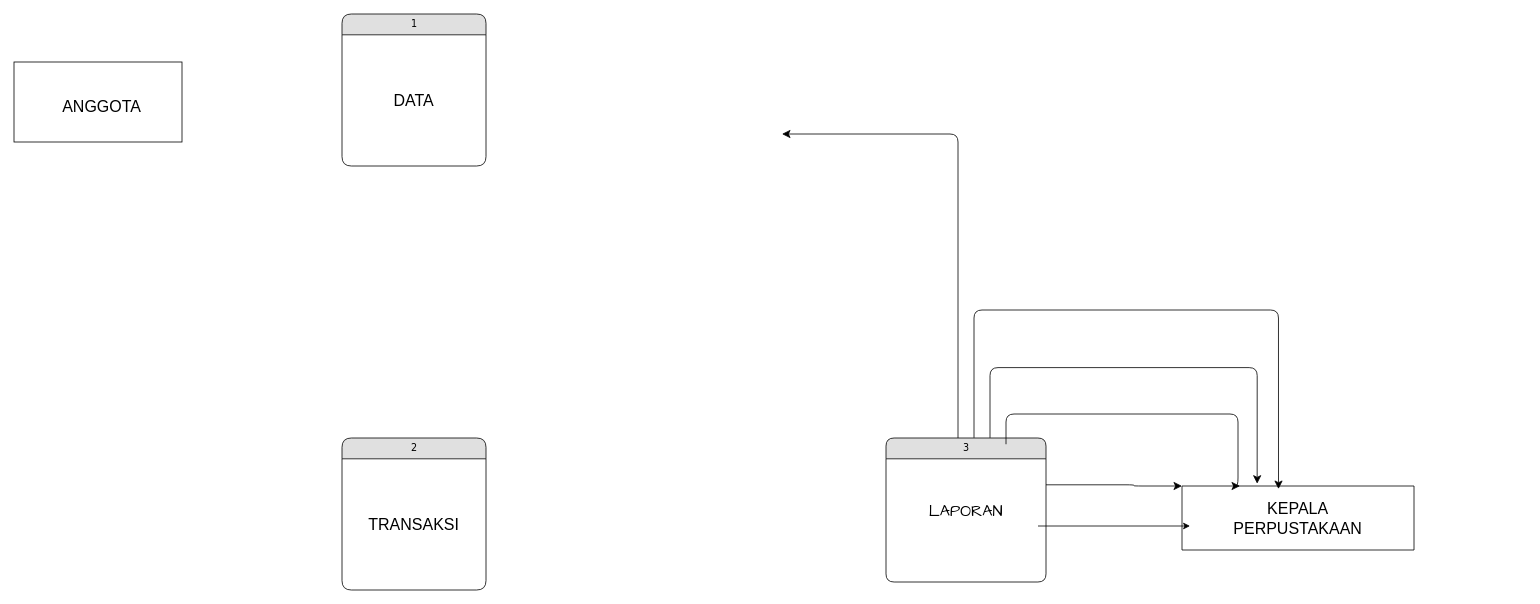
htmledan/introduction-to-github keeps this draw.io diagram as Untitled Diagram.drawio. Above is the earlier version. Source tidied: cells renumbered, new cells numbered last; positions are measured from the earlier drawing's top-left corner, leaving out a move shared by most shapes. Both pictures are drawn from the tidied source at 80%, with x=0, y=0 at pixel (14, 14).
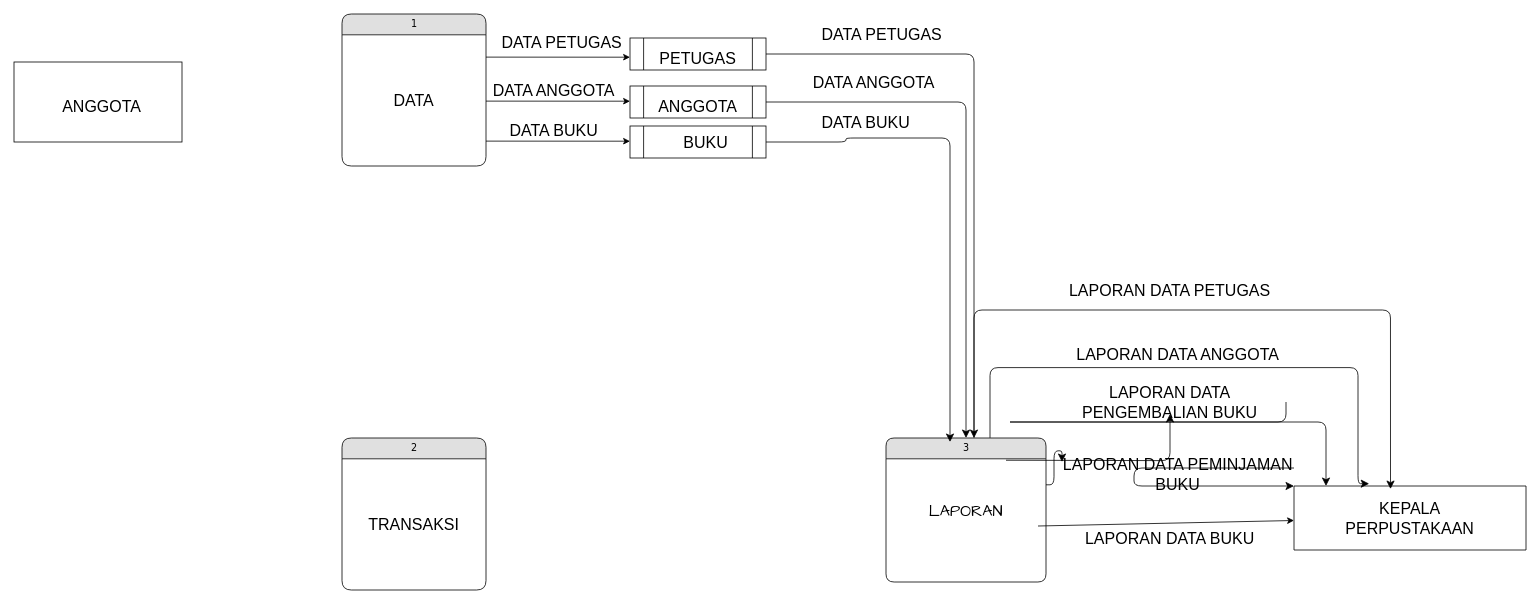
The same diagram, later.

Unchanged cells that the change refers to:
```xml
<mxCell id="4" value="3" style="swimlane;html=1;fontStyle=0;horizontal=1;startSize=26;fillColor=#e0e0e0;swimlaneFillColor=#ffffff;align=center;rounded=1;shadow=0;comic=0;labelBackgroundColor=none;strokeWidth=1;fontFamily=Verdana;fontSize=12;arcSize=13;" parent="1" vertex="1">
  <mxGeometry x="1090" y="530" width="200" height="180" as="geometry" />
</mxCell>
<mxCell id="5" value="LAPORAN" style="text;html=1;align=center;verticalAlign=middle;whiteSpace=wrap;rounded=0;fontSize=20;fontFamily=Comic Sans MS;" parent="4" vertex="1">
  <mxGeometry y="26" width="200" height="130" as="geometry" />
</mxCell>
```

The edit, as a diff of the source:
```diff
@@
-    <mxCell id="6" style="edgeStyle=orthogonalEdgeStyle;html=1;labelBackgroundColor=none;startFill=0;startSize=8;endFill=1;endSize=8;fontFamily=Verdana;fontSize=12;" parent="1" edge="1" source="4">
+    <mxCell id="6" style="edgeStyle=orthogonalEdgeStyle;html=1;labelBackgroundColor=none;startFill=0;startSize=8;endFill=1;endSize=8;fontFamily=Verdana;fontSize=12;exitX=1;exitY=0.5;exitDx=0;exitDy=0;entryX=0.5;entryY=0;entryDx=0;entryDy=0;" parent="1" edge="1" source="26" target="4">
       <mxGeometry relative="1" as="geometry">
-        <mxPoint x="960" y="150" as="targetPoint" />
         <Array as="points">
-          <mxPoint x="1180" y="150" />
-          <mxPoint x="1050" y="150" />
+          <mxPoint x="1190" y="110" />
         </Array>
       </mxGeometry>
     </mxCell>
-    <mxCell id="7" style="edgeStyle=orthogonalEdgeStyle;html=1;exitX=1;exitY=0.25;labelBackgroundColor=none;startFill=0;startSize=8;endFill=1;endSize=8;fontFamily=Verdana;fontSize=12;entryX=0;entryY=0;entryDx=0;entryDy=0;exitDx=0;exitDy=0;" parent="1" edge="1" source="5" target="10">
+    <mxCell id="7" style="edgeStyle=orthogonalEdgeStyle;html=1;exitX=1;exitY=0.25;labelBackgroundColor=none;startFill=0;startSize=8;endFill=1;endSize=8;fontFamily=Verdana;fontSize=12;entryX=0;entryY=0;entryDx=0;entryDy=0;exitDx=0;exitDy=0;" parent="1" edge="1" source="21" target="10">
       <mxGeometry relative="1" as="geometry">
         <Array as="points">
           <mxPoint x="1400" y="590" />
         </Array>
       </mxGeometry>
     </mxCell>
     <mxCell id="8" style="edgeStyle=orthogonalEdgeStyle;html=1;exitX=1;exitY=0.5;labelBackgroundColor=none;startFill=0;startSize=8;endFill=1;endSize=8;fontFamily=Verdana;fontSize=12;entryX=0.324;entryY=-0.036;entryDx=0;entryDy=0;entryPerimeter=0;" parent="1" edge="1" target="10">
       <mxGeometry relative="1" as="geometry">
         <mxPoint x="1220" y="529.8" as="sourcePoint" />
         <Array as="points">
           <mxPoint x="1220" y="442" />
-          <mxPoint x="1554" y="442" />
+          <mxPoint x="1680" y="442" />
+          <mxPoint x="1680" y="587" />
         </Array>
       </mxGeometry>
     </mxCell>
-    <mxCell id="9" style="edgeStyle=orthogonalEdgeStyle;html=1;exitX=1;exitY=0.5;labelBackgroundColor=none;startFill=0;startSize=8;endFill=1;endSize=8;fontFamily=Verdana;fontSize=12;entryX=0.25;entryY=0;entryDx=0;entryDy=0;" parent="1" edge="1" target="10">
-      <mxGeometry relative="1" as="geometry">
-        <mxPoint x="1240" y="537.8" as="sourcePoint" />
-        <Array as="points">
-          <mxPoint x="1240" y="500" />
-          <mxPoint x="1530" y="500" />
-          <mxPoint x="1530" y="590" />
-        </Array>
-      </mxGeometry>
-    </mxCell>
     <mxCell id="10" style="swimlane;startSize=0;" parent="1" vertex="1">
-      <mxGeometry x="1460" y="590" width="290" height="80" as="geometry" />
+      <mxGeometry x="1600" y="590" width="290" height="80" as="geometry" />
     </mxCell>
@@
     <mxCell id="12" style="edgeStyle=orthogonalEdgeStyle;html=1;exitX=1;exitY=0.5;labelBackgroundColor=none;startFill=0;startSize=8;endFill=1;endSize=8;fontFamily=Verdana;fontSize=12;entryX=0.416;entryY=0.047;entryDx=0;entryDy=0;entryPerimeter=0;" parent="1" edge="1" target="10">
       <mxGeometry relative="1" as="geometry">
         <mxPoint x="1200" y="529.8" as="sourcePoint" />
         <Array as="points">
           <mxPoint x="1200" y="370" />
-          <mxPoint x="1580" y="370" />
+          <mxPoint x="1720" y="370" />
         </Array>
       </mxGeometry>
     </mxCell>
-    <mxCell id="13" style="edgeStyle=none;rounded=0;orthogonalLoop=1;jettySize=auto;html=1;" parent="1" edge="1">
+    <mxCell id="13" style="edgeStyle=none;rounded=0;jettySize=auto;html=1;" parent="1" edge="1" target="10">
       <mxGeometry relative="1" as="geometry">
         <mxPoint x="1280" y="640" as="sourcePoint" />
-        <mxPoint x="1470" y="640" as="targetPoint" />
       </mxGeometry>
     </mxCell>
@@
+    <mxCell id="18" value="LAPORAN DATA PETUGAS" style="text;html=1;align=center;verticalAlign=middle;whiteSpace=wrap;rounded=0;fontSize=20;" parent="1" vertex="1">
+      <mxGeometry x="1300" y="330" width="290" height="30" as="geometry" />
+    </mxCell>
+    <mxCell id="19" value="LAPORAN DATA ANGGOTA" style="text;html=1;align=center;verticalAlign=middle;whiteSpace=wrap;rounded=0;fontSize=20;" parent="1" vertex="1">
+      <mxGeometry x="1310" y="410" width="290" height="30" as="geometry" />
+    </mxCell>
+    <mxCell id="20" style="edgeStyle=orthogonalEdgeStyle;html=1;exitX=1;exitY=0.25;labelBackgroundColor=none;startFill=0;startSize=8;endFill=1;endSize=8;fontFamily=Verdana;fontSize=12;entryX=0;entryY=0;entryDx=0;entryDy=0;exitDx=0;exitDy=0;" parent="1" edge="1" source="5" target="21">
+      <mxGeometry relative="1" as="geometry" />
+    </mxCell>
+    <mxCell id="21" value="LAPORAN DATA PEMINJAMAN BUKU" style="text;html=1;align=center;verticalAlign=middle;whiteSpace=wrap;rounded=0;fontSize=20;" parent="1" vertex="1">
+      <mxGeometry x="1310" y="560" width="290" height="30" as="geometry" />
+    </mxCell>
+    <mxCell id="22" value="LAPORAN DATA BUKU" style="text;html=1;align=center;verticalAlign=middle;whiteSpace=wrap;rounded=0;fontSize=20;" parent="1" vertex="1">
+      <mxGeometry x="1300" y="640" width="290" height="30" as="geometry" />
+    </mxCell>
+    <mxCell id="23" style="edgeStyle=orthogonalEdgeStyle;html=1;exitX=1;exitY=0.5;labelBackgroundColor=none;startFill=0;startSize=8;endFill=1;endSize=8;fontFamily=Verdana;fontSize=12;" parent="1" edge="1" source="25">
+      <mxGeometry relative="1" as="geometry">
+        <mxPoint x="1640" y="590" as="targetPoint" />
+        <Array as="points">
+          <mxPoint x="1240" y="510" />
+          <mxPoint x="1640" y="510" />
+          <mxPoint x="1640" y="615" />
+        </Array>
+      </mxGeometry>
+    </mxCell>
+    <mxCell id="24" style="edgeStyle=orthogonalEdgeStyle;html=1;exitX=1;exitY=0.5;labelBackgroundColor=none;startFill=0;startSize=8;endFill=1;endSize=8;fontFamily=Verdana;fontSize=12;" parent="1" edge="1" target="25">
+      <mxGeometry relative="1" as="geometry">
+        <mxPoint x="1240" y="557.8" as="sourcePoint" />
+      </mxGeometry>
+    </mxCell>
+    <mxCell id="25" value="LAPORAN DATA PENGEMBALIAN BUKU" style="text;html=1;align=center;verticalAlign=middle;whiteSpace=wrap;rounded=0;fontSize=20;" parent="1" vertex="1">
+      <mxGeometry x="1300" y="470" width="290" height="30" as="geometry" />
+    </mxCell>
+    <mxCell id="26" style="shape=process;whiteSpace=wrap;html=1;backgroundOutline=1;" parent="1" vertex="1">
+      <mxGeometry x="770" y="90" width="170" height="40" as="geometry" />
+    </mxCell>
+    <mxCell id="27" style="shape=process;whiteSpace=wrap;html=1;backgroundOutline=1;" parent="1" vertex="1">
+      <mxGeometry x="770" y="30" width="170" height="40" as="geometry" />
+    </mxCell>
+    <mxCell id="28" style="shape=process;whiteSpace=wrap;html=1;backgroundOutline=1;" parent="1" vertex="1">
+      <mxGeometry x="770" y="140" width="170" height="40" as="geometry" />
+    </mxCell>
+    <mxCell id="29" style="edgeStyle=orthogonalEdgeStyle;html=1;labelBackgroundColor=none;startFill=0;startSize=8;endFill=1;endSize=8;fontFamily=Verdana;fontSize=12;textDirection=ltr;exitX=1;exitY=0.5;exitDx=0;exitDy=0;" parent="1" edge="1" source="27" target="4">
+      <mxGeometry relative="1" as="geometry">
+        <Array as="points">
+          <mxPoint x="1200" y="50" />
+        </Array>
+      </mxGeometry>
+    </mxCell>
+    <mxCell id="30" value="DATA PETUGAS" style="text;html=1;align=center;verticalAlign=middle;whiteSpace=wrap;rounded=0;fontSize=20;" parent="1" vertex="1">
+      <mxGeometry x="940" y="10" width="290" height="30" as="geometry" />
+    </mxCell>
+    <mxCell id="31" value="DATA ANGGOTA" style="text;html=1;align=center;verticalAlign=middle;whiteSpace=wrap;rounded=0;fontSize=20;" parent="1" vertex="1">
+      <mxGeometry x="930" y="70" width="290" height="30" as="geometry" />
+    </mxCell>
+    <mxCell id="32" value="DATA BUKU" style="text;html=1;align=center;verticalAlign=middle;whiteSpace=wrap;rounded=0;fontSize=20;" parent="1" vertex="1">
+      <mxGeometry x="920" y="120" width="290" height="30" as="geometry" />
+    </mxCell>
+    <mxCell id="33" value="PETUGAS" style="text;html=1;align=center;verticalAlign=middle;whiteSpace=wrap;rounded=0;fontSize=20;" parent="1" vertex="1">
+      <mxGeometry x="710" y="40" width="290" height="30" as="geometry" />
+    </mxCell>
+    <mxCell id="34" value="ANGGOTA" style="text;html=1;align=center;verticalAlign=middle;whiteSpace=wrap;rounded=0;fontSize=20;" parent="1" vertex="1">
+      <mxGeometry x="710" y="100" width="290" height="30" as="geometry" />
+    </mxCell>
+    <mxCell id="35" value="BUKU" style="text;html=1;align=center;verticalAlign=middle;whiteSpace=wrap;rounded=0;fontSize=20;" parent="1" vertex="1">
+      <mxGeometry x="720" y="145" width="290" height="30" as="geometry" />
+    </mxCell>
+    <mxCell id="36" style="endArrow=classic;html=1;rounded=0;" parent="1" edge="1">
+      <mxGeometry relative="1" as="geometry">
+        <mxPoint x="590" y="53.9" as="sourcePoint" />
+        <mxPoint x="770" y="54" as="targetPoint" />
+      </mxGeometry>
+    </mxCell>
+    <mxCell id="37" style="edgeStyle=orthogonalEdgeStyle;html=1;labelBackgroundColor=none;startFill=0;startSize=8;endFill=1;endSize=8;fontFamily=Verdana;fontSize=12;entryX=1;entryY=0.5;entryDx=0;entryDy=0;strokeColor=default;exitX=1;exitY=0.5;exitDx=0;exitDy=0;" parent="1" edge="1" source="28">
+      <mxGeometry relative="1" as="geometry">
+        <mxPoint x="1170" y="535" as="targetPoint" />
+        <Array as="points">
+          <mxPoint x="1040" y="160" />
+          <mxPoint x="1040" y="155" />
+          <mxPoint x="1170" y="155" />
+        </Array>
+      </mxGeometry>
+    </mxCell>
+    <mxCell id="38" style="endArrow=classic;html=1;rounded=0;" parent="1" edge="1">
+      <mxGeometry relative="1" as="geometry">
+        <mxPoint x="590" y="108.9" as="sourcePoint" />
+        <mxPoint x="770" y="109" as="targetPoint" />
+      </mxGeometry>
+    </mxCell>
+    <mxCell id="39" style="endArrow=classic;html=1;rounded=0;" parent="1" edge="1">
+      <mxGeometry relative="1" as="geometry">
+        <mxPoint x="590" y="158.9" as="sourcePoint" />
+        <mxPoint x="770" y="159" as="targetPoint" />
+      </mxGeometry>
+    </mxCell>
+    <mxCell id="40" value="DATA PETUGAS" style="text;html=1;align=center;verticalAlign=middle;whiteSpace=wrap;rounded=0;fontSize=20;" parent="1" vertex="1">
+      <mxGeometry x="540" y="20" width="290" height="30" as="geometry" />
+    </mxCell>
+    <mxCell id="41" value="DATA ANGGOTA" style="text;html=1;align=center;verticalAlign=middle;whiteSpace=wrap;rounded=0;fontSize=20;" parent="1" vertex="1">
+      <mxGeometry x="530" y="80" width="290" height="30" as="geometry" />
+    </mxCell>
+    <mxCell id="42" value="DATA BUKU" style="text;html=1;align=center;verticalAlign=middle;whiteSpace=wrap;rounded=0;fontSize=20;" parent="1" vertex="1">
+      <mxGeometry x="530" y="130" width="290" height="30" as="geometry" />
+    </mxCell>
```
